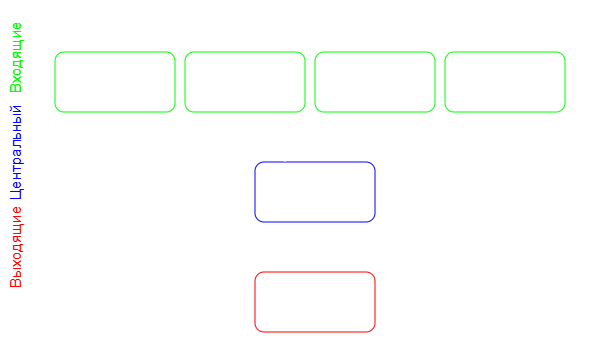
Above: smart_spaces/smart_spaces.png in DevilishSasuke/masters_study (draw.io), before the change. Source tidied: cells renumbered, new cells last; positions are measured from the earlier drawing's top-left corner, leaving out a move shared by most shapes. The source it was exported from:
```xml
<mxGraphModel>
  <root>
    <mxCell id="0" />
    <mxCell id="1" parent="0" />
    <mxCell id="2" style="edgeStyle=orthogonalEdgeStyle;rounded=0;jettySize=auto;html=1;exitX=0.75;exitY=0;exitDx=0;exitDy=0;entryX=0.75;entryY=1;entryDx=0;entryDy=0;strokeColor=light-dark(#000000,#FFFFFF);" parent="1" edge="1" source="4" target="14">
      <mxGeometry relative="1" as="geometry">
        <Array as="points">
          <mxPoint x="360" y="150" />
          <mxPoint x="550" y="150" />
        </Array>
      </mxGeometry>
    </mxCell>
    <mxCell id="3" style="edgeStyle=orthogonalEdgeStyle;rounded=0;jettySize=auto;html=1;exitX=0.25;exitY=1;exitDx=0;exitDy=0;entryX=0.25;entryY=0;entryDx=0;entryDy=0;strokeColor=light-dark(#000000,#FFFFFF);" parent="1" edge="1" source="4" target="6">
      <mxGeometry relative="1" as="geometry" />
    </mxCell>
    <mxCell id="4" value="&lt;font style=&quot;font-size: 20px;&quot;&gt;Облачная система&lt;/font&gt;" style="rounded=1;whiteSpace=wrap;html=1;fillColor=none;strokeColor=light-dark(#000000,#0000FF);" parent="1" vertex="1">
      <mxGeometry x="270" y="160" width="120" height="60" as="geometry" />
    </mxCell>
    <mxCell id="5" style="edgeStyle=orthogonalEdgeStyle;rounded=0;jettySize=auto;html=1;exitX=0.75;exitY=0;exitDx=0;exitDy=0;entryX=0.75;entryY=1;entryDx=0;entryDy=0;strokeColor=light-dark(#000000,#FFFFFF);" parent="1" edge="1" source="6" target="4">
      <mxGeometry relative="1" as="geometry" />
    </mxCell>
    <mxCell id="6" value="&lt;font style=&quot;font-size: 20px;&quot;&gt;Агент приложение&lt;/font&gt;" style="whiteSpace=wrap;html=1;rounded=1;fillColor=none;strokeColor=light-dark(#000000,#FF0000);" parent="1" vertex="1">
      <mxGeometry x="270" y="270" width="120" height="60" as="geometry" />
    </mxCell>
    <mxCell id="7" style="edgeStyle=orthogonalEdgeStyle;rounded=0;jettySize=auto;html=1;exitX=0.5;exitY=1;exitDx=0;exitDy=0;entryX=0.25;entryY=0;entryDx=0;entryDy=0;strokeColor=light-dark(#000000,#FFFFFF);" parent="1" edge="1" source="8" target="4">
      <mxGeometry relative="1" as="geometry" />
    </mxCell>
    <mxCell id="8" value="&lt;font style=&quot;font-size: 18px;&quot;&gt;Автомобиль-ный агент&lt;/font&gt;" style="rounded=1;whiteSpace=wrap;html=1;fillColor=none;gradientColor=none;strokeColor=light-dark(#000000,#00FF00);" parent="1" vertex="1">
      <mxGeometry x="70" y="50" width="120" height="60" as="geometry" />
    </mxCell>
    <mxCell id="9" style="edgeStyle=orthogonalEdgeStyle;rounded=0;jettySize=auto;html=1;exitX=0.5;exitY=1;exitDx=0;exitDy=0;strokeColor=light-dark(#000000,#FFFFFF);" parent="1" edge="1" source="10">
      <mxGeometry relative="1" as="geometry">
        <mxPoint x="300" y="160" as="targetPoint" />
      </mxGeometry>
    </mxCell>
    <mxCell id="10" value="&lt;font style=&quot;font-size: 18px;&quot;&gt;Агент &lt;br&gt;дрона&lt;/font&gt;" style="rounded=1;whiteSpace=wrap;html=1;strokeColor=light-dark(#000000,#00FF00);fillColor=none;" parent="1" vertex="1">
      <mxGeometry x="200" y="50" width="120" height="60" as="geometry" />
    </mxCell>
    <mxCell id="11" style="edgeStyle=orthogonalEdgeStyle;rounded=0;jettySize=auto;html=1;exitX=0.5;exitY=1;exitDx=0;exitDy=0;entryX=0.25;entryY=0;entryDx=0;entryDy=0;strokeColor=light-dark(#000000,#FFFFFF);" parent="1" edge="1" source="12" target="4">
      <mxGeometry relative="1" as="geometry" />
    </mxCell>
    <mxCell id="12" value="&lt;font style=&quot;font-size: 18px;&quot;&gt;Агент метеоданных&lt;/font&gt;" style="rounded=1;whiteSpace=wrap;html=1;strokeColor=light-dark(#000000,#00FF00);fillColor=none;" parent="1" vertex="1">
      <mxGeometry x="330" y="50" width="120" height="60" as="geometry" />
    </mxCell>
    <mxCell id="13" style="edgeStyle=orthogonalEdgeStyle;rounded=0;jettySize=auto;html=1;exitX=0.5;exitY=1;exitDx=0;exitDy=0;entryX=0.25;entryY=0;entryDx=0;entryDy=0;strokeColor=light-dark(#000000,#FFFFFF);" parent="1" edge="1" source="14" target="4">
      <mxGeometry relative="1" as="geometry" />
    </mxCell>
    <mxCell id="14" value="&lt;font style=&quot;font-size: 18px;&quot;&gt;Аналитика данных&lt;/font&gt;" style="rounded=1;whiteSpace=wrap;html=1;strokeColor=light-dark(#000000,#00FF00);fillColor=none;" parent="1" vertex="1">
      <mxGeometry x="460" y="50" width="120" height="60" as="geometry" />
    </mxCell>
    <mxCell id="15" style="endArrow=none;dashed=1;html=1;strokeWidth=4;rounded=0;startSize=10;endSize=10;sourcePerimeterSpacing=8;" parent="1" edge="1">
      <mxGeometry relative="1" as="geometry">
        <mxPoint x="50" y="340" as="sourcePoint" />
        <mxPoint x="50" as="targetPoint" />
      </mxGeometry>
    </mxCell>
    <mxCell id="16" value="&lt;font style=&quot;font-size: 15px; color: light-dark(rgb(0, 0, 0), rgb(0, 255, 0));&quot;&gt;Входящие&lt;/font&gt;" style="text;html=1;whiteSpace=wrap;strokeColor=none;fillColor=none;align=center;verticalAlign=middle;rounded=0;rotation=270;" parent="1" vertex="1">
      <mxGeometry y="40" width="60" height="30" as="geometry" />
    </mxCell>
    <mxCell id="17" value="&lt;font style=&quot;font-size: 15px; color: light-dark(rgb(0, 0, 0), rgb(255, 0, 0));&quot;&gt;&lt;font style=&quot;&quot;&gt;Вы&lt;/font&gt;&lt;span style=&quot;background-color: transparent;&quot;&gt;ходящие&lt;/span&gt;&lt;/font&gt;" style="text;html=1;whiteSpace=wrap;strokeColor=none;fillColor=none;align=center;verticalAlign=middle;rounded=0;rotation=270;" parent="1" vertex="1">
      <mxGeometry y="230" width="60" height="30" as="geometry" />
    </mxCell>
    <mxCell id="18" value="&lt;span style=&quot;font-size: 15px;&quot;&gt;&lt;font style=&quot;color: light-dark(rgb(0, 0, 0), rgb(0, 0, 255));&quot;&gt;Центральный&lt;/font&gt;&lt;/span&gt;" style="text;html=1;whiteSpace=wrap;strokeColor=none;fillColor=none;align=center;verticalAlign=middle;rounded=0;rotation=270;" parent="1" vertex="1">
      <mxGeometry y="135" width="60" height="30" as="geometry" />
    </mxCell>
    <mxCell id="19" value="&lt;ul style=&quot;padding-left: 20px; margin-top: 0px; margin-bottom: 0px; padding-bottom: 0px;&quot;&gt;&lt;li&gt;Пред. обработка&lt;/li&gt;&lt;li&gt;Отправка данных&lt;/li&gt;&lt;/ul&gt;" style="text;strokeColor=none;fillColor=none;align=left;verticalAlign=middle;spacingLeft=4;spacingRight=4;overflow=hidden;whiteSpace=wrap;html=1;imageVerticalAlign=top;" parent="1" vertex="1">
      <mxGeometry x="60" y="10" width="130" height="40" as="geometry" />
    </mxCell>
    <mxCell id="20" value="&lt;ul style=&quot;padding-left: 20px; margin-top: 0px; margin-bottom: 0px; padding-bottom: 0px;&quot;&gt;&lt;li&gt;&lt;font style=&quot;font-size: 11px;&quot;&gt;Пролеты по маршруту&lt;/font&gt;&lt;/li&gt;&lt;li&gt;Сбор данных&lt;/li&gt;&lt;/ul&gt;" style="text;strokeColor=none;fillColor=none;align=left;verticalAlign=middle;spacingLeft=4;spacingRight=4;overflow=hidden;whiteSpace=wrap;html=1;imageVerticalAlign=top;" parent="1" vertex="1">
      <mxGeometry x="190" y="10" width="170" height="40" as="geometry" />
    </mxCell>
    <mxCell id="21" value="&lt;ul style=&quot;padding-left: 20px; margin-top: 0px; margin-bottom: 0px; padding-bottom: 0px;&quot;&gt;&lt;li&gt;Подключение к API метеосистем&lt;/li&gt;&lt;/ul&gt;" style="text;strokeColor=none;fillColor=none;align=left;verticalAlign=middle;spacingLeft=4;spacingRight=4;overflow=hidden;whiteSpace=wrap;html=1;imageVerticalAlign=top;" parent="1" vertex="1">
      <mxGeometry x="320" y="10" width="130" height="40" as="geometry" />
    </mxCell>
    <mxCell id="22" value="&lt;ul style=&quot;padding-left: 20px; margin-top: 0px; margin-bottom: 0px; padding-bottom: 0px;&quot;&gt;&lt;li&gt;Выявление дефектов&lt;/li&gt;&lt;li&gt;Прогнозирование&lt;/li&gt;&lt;/ul&gt;" style="text;strokeColor=none;fillColor=none;align=left;verticalAlign=middle;spacingLeft=4;spacingRight=4;overflow=hidden;whiteSpace=wrap;html=1;imageVerticalAlign=top;" parent="1" vertex="1">
      <mxGeometry x="450" y="10" width="160" height="40" as="geometry" />
    </mxCell>
    <mxCell id="23" value="&lt;ul style=&quot;padding-left: 20px; margin-top: 0px; margin-bottom: 0px; padding-bottom: 0px;&quot;&gt;&lt;li&gt;Сбор и хранение полученной информации&lt;/li&gt;&lt;/ul&gt;" style="text;strokeColor=none;fillColor=none;align=left;verticalAlign=middle;spacingLeft=4;spacingRight=4;overflow=hidden;whiteSpace=wrap;html=1;imageVerticalAlign=top;" parent="1" vertex="1">
      <mxGeometry x="390" y="160" width="130" height="50" as="geometry" />
    </mxCell>
    <mxCell id="24" value="&lt;ul style=&quot;padding-left: 20px; margin-top: 0px; margin-bottom: 0px; padding-bottom: 0px;&quot;&gt;&lt;li&gt;Интерфейс для пользователей и служб&lt;/li&gt;&lt;li&gt;Обновление интерактивной карты&lt;/li&gt;&lt;/ul&gt;" style="text;strokeColor=none;fillColor=none;align=left;verticalAlign=middle;spacingLeft=4;spacingRight=4;overflow=hidden;whiteSpace=wrap;html=1;imageVerticalAlign=top;" parent="1" vertex="1">
      <mxGeometry x="390" y="270" width="180" height="60" as="geometry" />
    </mxCell>
  </root>
</mxGraphModel>
```
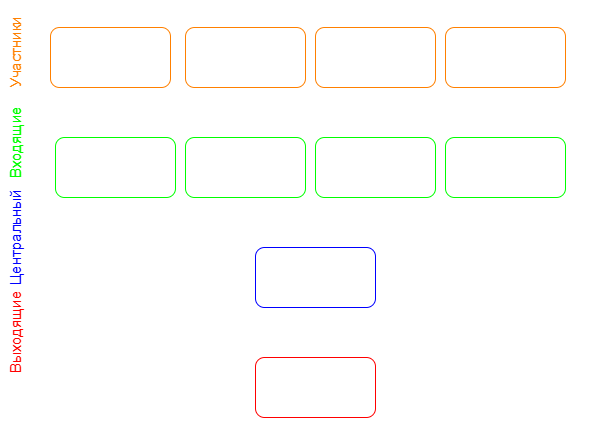
The same file after the commit.

Commit message:
english grant and smart spaces

What changed in the source:
```diff
@@ -2,14 +2,6 @@
   <root>
     <mxCell id="0" />
     <mxCell id="1" parent="0" />
-    <mxCell id="2" style="edgeStyle=orthogonalEdgeStyle;rounded=0;jettySize=auto;html=1;exitX=0.75;exitY=0;exitDx=0;exitDy=0;entryX=0.75;entryY=1;entryDx=0;entryDy=0;strokeColor=light-dark(#000000,#FFFFFF);" parent="1" edge="1" source="4" target="14">
-      <mxGeometry relative="1" as="geometry">
-        <Array as="points">
-          <mxPoint x="360" y="150" />
-          <mxPoint x="550" y="150" />
-        </Array>
-      </mxGeometry>
-    </mxCell>
     <mxCell id="3" style="edgeStyle=orthogonalEdgeStyle;rounded=0;jettySize=auto;html=1;exitX=0.25;exitY=1;exitDx=0;exitDy=0;entryX=0.25;entryY=0;entryDx=0;entryDy=0;strokeColor=light-dark(#000000,#FFFFFF);" parent="1" edge="1" source="4" target="6">
       <mxGeometry relative="1" as="geometry" />
     </mxCell>
@@ -34,24 +26,24 @@
       </mxGeometry>
     </mxCell>
     <mxCell id="10" value="&lt;font style=&quot;font-size: 18px;&quot;&gt;Агент &lt;br&gt;дрона&lt;/font&gt;" style="rounded=1;whiteSpace=wrap;html=1;strokeColor=light-dark(#000000,#00FF00);fillColor=none;" parent="1" vertex="1">
-      <mxGeometry x="200" y="50" width="120" height="60" as="geometry" />
+      <mxGeometry x="460" y="50" width="120" height="60" as="geometry" />
     </mxCell>
     <mxCell id="11" style="edgeStyle=orthogonalEdgeStyle;rounded=0;jettySize=auto;html=1;exitX=0.5;exitY=1;exitDx=0;exitDy=0;entryX=0.25;entryY=0;entryDx=0;entryDy=0;strokeColor=light-dark(#000000,#FFFFFF);" parent="1" edge="1" source="12" target="4">
       <mxGeometry relative="1" as="geometry" />
     </mxCell>
     <mxCell id="12" value="&lt;font style=&quot;font-size: 18px;&quot;&gt;Агент метеоданных&lt;/font&gt;" style="rounded=1;whiteSpace=wrap;html=1;strokeColor=light-dark(#000000,#00FF00);fillColor=none;" parent="1" vertex="1">
-      <mxGeometry x="330" y="50" width="120" height="60" as="geometry" />
+      <mxGeometry x="200" y="50" width="120" height="60" as="geometry" />
     </mxCell>
     <mxCell id="13" style="edgeStyle=orthogonalEdgeStyle;rounded=0;jettySize=auto;html=1;exitX=0.5;exitY=1;exitDx=0;exitDy=0;entryX=0.25;entryY=0;entryDx=0;entryDy=0;strokeColor=light-dark(#000000,#FFFFFF);" parent="1" edge="1" source="14" target="4">
       <mxGeometry relative="1" as="geometry" />
     </mxCell>
     <mxCell id="14" value="&lt;font style=&quot;font-size: 18px;&quot;&gt;Аналитика данных&lt;/font&gt;" style="rounded=1;whiteSpace=wrap;html=1;strokeColor=light-dark(#000000,#00FF00);fillColor=none;" parent="1" vertex="1">
-      <mxGeometry x="460" y="50" width="120" height="60" as="geometry" />
+      <mxGeometry x="330" y="50" width="120" height="60" as="geometry" />
     </mxCell>
     <mxCell id="15" style="endArrow=none;dashed=1;html=1;strokeWidth=4;rounded=0;startSize=10;endSize=10;sourcePerimeterSpacing=8;" parent="1" edge="1">
       <mxGeometry relative="1" as="geometry">
         <mxPoint x="50" y="340" as="sourcePoint" />
-        <mxPoint x="50" as="targetPoint" />
+        <mxPoint x="50" y="-80" as="targetPoint" />
       </mxGeometry>
     </mxCell>
     <mxCell id="16" value="&lt;font style=&quot;font-size: 15px; color: light-dark(rgb(0, 0, 0), rgb(0, 255, 0));&quot;&gt;Входящие&lt;/font&gt;" style="text;html=1;whiteSpace=wrap;strokeColor=none;fillColor=none;align=center;verticalAlign=middle;rounded=0;rotation=270;" parent="1" vertex="1">
@@ -81,5 +73,90 @@
     <mxCell id="24" value="&lt;ul style=&quot;padding-left: 20px; margin-top: 0px; margin-bottom: 0px; padding-bottom: 0px;&quot;&gt;&lt;li&gt;Интерфейс для пользователей и служб&lt;/li&gt;&lt;li&gt;Обновление интерактивной карты&lt;/li&gt;&lt;/ul&gt;" style="text;strokeColor=none;fillColor=none;align=left;verticalAlign=middle;spacingLeft=4;spacingRight=4;overflow=hidden;whiteSpace=wrap;html=1;imageVerticalAlign=top;" parent="1" vertex="1">
       <mxGeometry x="390" y="270" width="180" height="60" as="geometry" />
     </mxCell>
+    <mxCell id="25" value="&lt;font style=&quot;font-size: 15px; color: light-dark(rgb(0, 0, 0), rgb(255, 128, 0));&quot;&gt;Участники&lt;/font&gt;" style="text;html=1;whiteSpace=wrap;strokeColor=none;fillColor=none;align=center;verticalAlign=middle;rounded=0;rotation=270;" parent="1" vertex="1">
+      <mxGeometry y="-50" width="60" height="30" as="geometry" />
+    </mxCell>
+    <mxCell id="26" style="edgeStyle=orthogonalEdgeStyle;rounded=0;jettySize=auto;html=1;exitX=0.5;exitY=1;exitDx=0;exitDy=0;entryX=1;entryY=0;entryDx=0;entryDy=0;" parent="1" edge="1" source="30" target="8">
+      <mxGeometry relative="1" as="geometry">
+        <Array as="points">
+          <mxPoint x="390" y="10" />
+          <mxPoint x="190" y="10" />
+        </Array>
+      </mxGeometry>
+    </mxCell>
+    <mxCell id="27" style="edgeStyle=orthogonalEdgeStyle;rounded=0;jettySize=auto;html=1;exitX=0.5;exitY=1;exitDx=0;exitDy=0;entryX=1;entryY=0;entryDx=0;entryDy=0;" parent="1" edge="1" source="30" target="12">
+      <mxGeometry relative="1" as="geometry">
+        <Array as="points">
+          <mxPoint x="390" y="10" />
+          <mxPoint x="320" y="10" />
+        </Array>
+      </mxGeometry>
+    </mxCell>
+    <mxCell id="28" style="edgeStyle=orthogonalEdgeStyle;rounded=0;jettySize=auto;html=1;exitX=0.5;exitY=1;exitDx=0;exitDy=0;entryX=1;entryY=0;entryDx=0;entryDy=0;" parent="1" edge="1" source="30" target="14">
+      <mxGeometry relative="1" as="geometry">
+        <Array as="points">
+          <mxPoint x="390" y="10" />
+          <mxPoint x="450" y="10" />
+        </Array>
+      </mxGeometry>
+    </mxCell>
+    <mxCell id="29" style="edgeStyle=orthogonalEdgeStyle;rounded=0;jettySize=auto;html=1;exitX=0.5;exitY=0;exitDx=0;exitDy=0;entryX=1;entryY=1;entryDx=0;entryDy=0;" parent="1" edge="1" source="30" target="4">
+      <mxGeometry relative="1" as="geometry">
+        <Array as="points">
+          <mxPoint x="390" y="-80" />
+          <mxPoint x="610" y="-80" />
+          <mxPoint x="610" y="240" />
+          <mxPoint x="390" y="240" />
+        </Array>
+      </mxGeometry>
+    </mxCell>
+    <mxCell id="30" value="&lt;span style=&quot;font-size: 18px;&quot;&gt;Автомобиль&lt;/span&gt;" style="rounded=1;whiteSpace=wrap;html=1;strokeColor=light-dark(#000000,#FF8000);fillColor=none;" parent="1" vertex="1">
+      <mxGeometry x="330" y="-60" width="120" height="60" as="geometry" />
+    </mxCell>
+    <mxCell id="31" style="edgeStyle=orthogonalEdgeStyle;rounded=0;jettySize=auto;html=1;exitX=0;exitY=0.5;exitDx=0;exitDy=0;entryX=0;entryY=0.5;entryDx=0;entryDy=0;" parent="1" edge="1" source="32" target="6">
+      <mxGeometry relative="1" as="geometry">
+        <Array as="points">
+          <mxPoint x="60" y="-30" />
+          <mxPoint x="60" y="300" />
+        </Array>
+      </mxGeometry>
+    </mxCell>
+    <mxCell id="32" value="&lt;span style=&quot;font-size: 18px;&quot;&gt;Пешеходы / водители&lt;/span&gt;" style="rounded=1;whiteSpace=wrap;html=1;strokeColor=light-dark(#000000,#FF8000);fillColor=none;" parent="1" vertex="1">
+      <mxGeometry x="65" y="-60" width="120" height="60" as="geometry" />
+    </mxCell>
+    <mxCell id="33" style="edgeStyle=orthogonalEdgeStyle;rounded=0;jettySize=auto;html=1;exitX=0.25;exitY=0;exitDx=0;exitDy=0;entryX=0;entryY=0.5;entryDx=0;entryDy=0;" parent="1" edge="1" source="34" target="6">
+      <mxGeometry relative="1" as="geometry">
+        <Array as="points">
+          <mxPoint x="230" y="-80" />
+          <mxPoint x="60" y="-80" />
+          <mxPoint x="60" y="300" />
+        </Array>
+      </mxGeometry>
+    </mxCell>
+    <mxCell id="34" value="&lt;span style=&quot;font-size: 18px;&quot;&gt;Муниципаль-ные службы&lt;/span&gt;" style="rounded=1;whiteSpace=wrap;html=1;strokeColor=light-dark(#000000,#FF8000);fillColor=none;" parent="1" vertex="1">
+      <mxGeometry x="200" y="-60" width="120" height="60" as="geometry" />
+    </mxCell>
+    <mxCell id="35" style="edgeStyle=orthogonalEdgeStyle;rounded=0;jettySize=auto;html=1;exitX=0.5;exitY=1;exitDx=0;exitDy=0;entryX=1;entryY=0;entryDx=0;entryDy=0;" parent="1" edge="1" source="37" target="10">
+      <mxGeometry relative="1" as="geometry">
+        <Array as="points">
+          <mxPoint x="520" y="10" />
+          <mxPoint x="600" y="10" />
+          <mxPoint x="600" y="50" />
+        </Array>
+      </mxGeometry>
+    </mxCell>
+    <mxCell id="36" style="edgeStyle=orthogonalEdgeStyle;rounded=0;jettySize=auto;html=1;exitX=0.5;exitY=0;exitDx=0;exitDy=0;entryX=1;entryY=1;entryDx=0;entryDy=0;" parent="1" edge="1" source="37" target="4">
+      <mxGeometry relative="1" as="geometry">
+        <Array as="points">
+          <mxPoint x="520" y="-80" />
+          <mxPoint x="610" y="-80" />
+          <mxPoint x="610" y="240" />
+          <mxPoint x="390" y="240" />
+        </Array>
+      </mxGeometry>
+    </mxCell>
+    <mxCell id="37" value="&lt;span style=&quot;font-size: 18px;&quot;&gt;Дрон&lt;/span&gt;" style="rounded=1;whiteSpace=wrap;html=1;strokeColor=light-dark(#000000,#FF8000);fillColor=none;" parent="1" vertex="1">
+      <mxGeometry x="460" y="-60" width="120" height="60" as="geometry" />
+    </mxCell>
   </root>
 </mxGraphModel>
```
